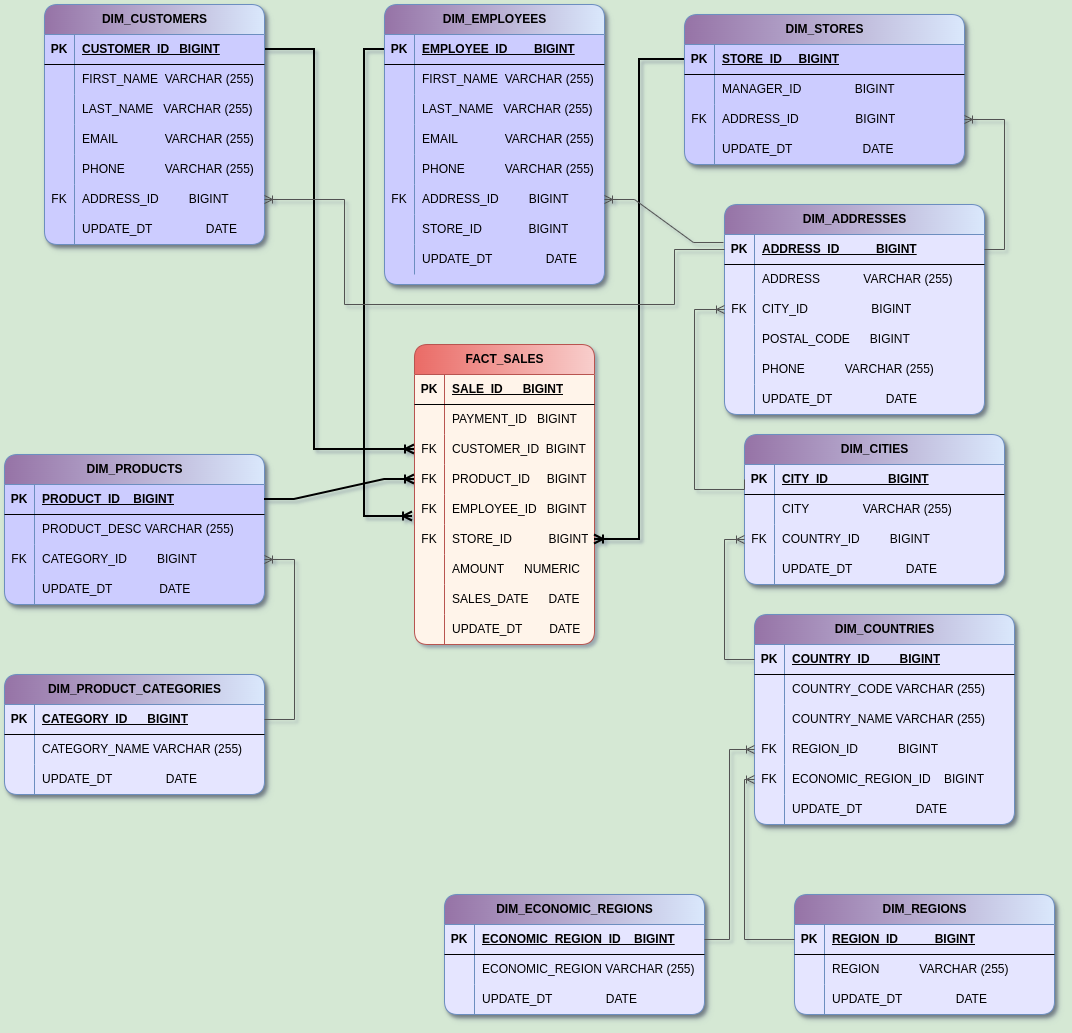
This is Task 2/DWH_Aliaksei_Papou_HW_Task2.1_Snowflake_Schema.png from Aliaksei-vp/Aliaksei_Papou_AU25, a draw.io export, as it was before one commit. Source tidied: cells renumbered, new cells last; positions are measured from the earlier drawing's top-left corner, leaving out a move shared by most shapes.
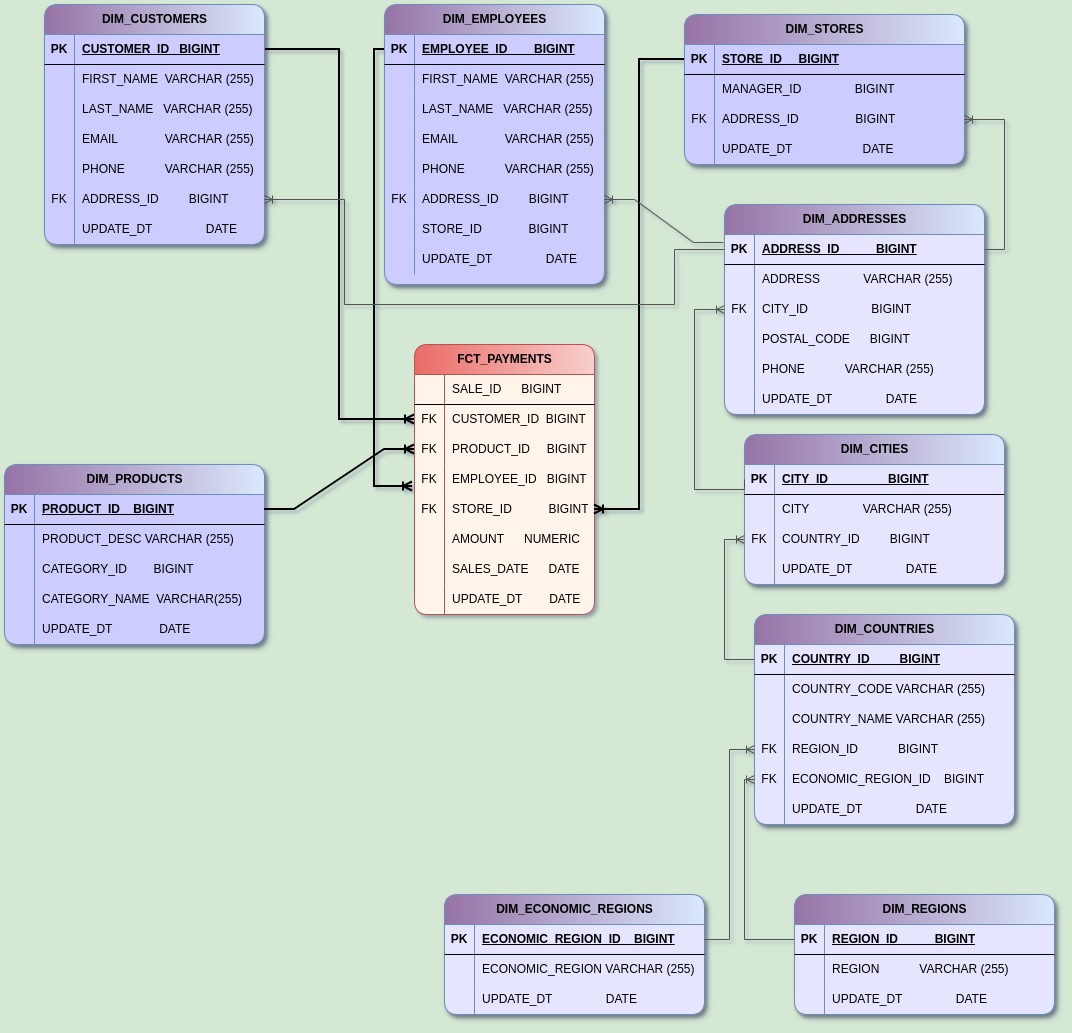
The same diagram one commit later.

Commit message:
DWH_Task_2 fixed

What changed in the source:
```diff
@@ -2,29 +2,20 @@
   <root>
     <mxCell id="0" />
     <mxCell id="1" parent="0" />
-    <mxCell id="2" value="FACT_SALES" style="shape=table;startSize=30;rowLines=0;fontStyle=1;align=center;html=1;fillColor=#f8cecc;strokeColor=#b85450;rounded=1;swimlaneFillColor=#FFF4EA;gradientColor=#EA6B66;gradientDirection=west;" parent="1" vertex="1">
-      <mxGeometry x="410" y="340" width="180" height="300" as="geometry" />
+    <mxCell id="2" value="FCT_PAYMENTS" style="shape=table;startSize=30;rowLines=0;fontStyle=1;align=center;html=1;fillColor=#f8cecc;strokeColor=#b85450;rounded=1;swimlaneFillColor=#FFF4EA;gradientColor=#EA6B66;gradientDirection=west;" parent="1" vertex="1">
+      <mxGeometry x="410" y="340" width="180" height="270" as="geometry" />
     </mxCell>
     <mxCell id="3" style="shape=tableRow;horizontal=0;startSize=0;swimlaneHead=0;swimlaneBody=0;fillColor=none;top=0;left=0;right=0;bottom=1;" parent="2" vertex="1">
       <mxGeometry y="30" width="180" height="30" as="geometry" />
     </mxCell>
-    <mxCell id="4" value="PK" style="shape=partialRectangle;fillColor=none;top=0;left=0;bottom=0;right=0;fontStyle=1;overflow=hidden;whiteSpace=wrap;html=1;" parent="3" vertex="1">
+    <mxCell id="4" style="shape=partialRectangle;fillColor=none;top=0;left=0;bottom=0;right=0;fontStyle=1;overflow=hidden;whiteSpace=wrap;html=1;" parent="3" vertex="1">
       <mxGeometry width="30" height="30" as="geometry" />
     </mxCell>
-    <mxCell id="5" value="SALE_ID&amp;nbsp; &amp;nbsp; &amp;nbsp; BIGINT" style="shape=partialRectangle;fillColor=none;top=0;left=0;bottom=0;right=0;align=left;spacingLeft=6;fontStyle=5;overflow=hidden;whiteSpace=wrap;html=1;" parent="3" vertex="1">
+    <mxCell id="5" value="SALE_ID&amp;nbsp; &amp;nbsp; &amp;nbsp; BIGINT" style="shape=partialRectangle;fillColor=none;top=0;left=0;bottom=0;right=0;align=left;spacingLeft=6;fontStyle=0;overflow=hidden;whiteSpace=wrap;html=1;" parent="3" vertex="1">
       <mxGeometry x="30" width="150" height="30" as="geometry" />
     </mxCell>
-    <mxCell id="6" style="shape=tableRow;horizontal=0;startSize=0;swimlaneHead=0;swimlaneBody=0;fillColor=none;top=0;left=0;right=0;bottom=0;" parent="2" vertex="1">
-      <mxGeometry y="60" width="180" height="30" as="geometry" />
-    </mxCell>
-    <mxCell id="7" style="shape=partialRectangle;fillColor=none;top=0;left=0;bottom=0;right=0;overflow=hidden;whiteSpace=wrap;html=1;" parent="6" vertex="1">
-      <mxGeometry width="30" height="30" as="geometry" />
-    </mxCell>
-    <mxCell id="8" value="PAYMENT_ID&amp;nbsp; &amp;nbsp;BIGINT" style="shape=partialRectangle;fillColor=none;top=0;left=0;bottom=0;right=0;align=left;spacingLeft=6;overflow=hidden;whiteSpace=wrap;html=1;" parent="6" vertex="1">
-      <mxGeometry x="30" width="150" height="30" as="geometry" />
-    </mxCell>
     <mxCell id="9" style="shape=tableRow;horizontal=0;startSize=0;swimlaneHead=0;swimlaneBody=0;fillColor=none;points=[[0,0.5],[1,0.5]];portConstraint=eastwest;top=0;left=0;right=0;bottom=0;" parent="2" vertex="1">
-      <mxGeometry y="90" width="180" height="30" as="geometry" />
+      <mxGeometry y="60" width="180" height="30" as="geometry" />
     </mxCell>
     <mxCell id="10" value="FK" style="shape=partialRectangle;fillColor=none;top=0;left=0;bottom=0;right=0;overflow=hidden;whiteSpace=wrap;html=1;" parent="9" vertex="1">
       <mxGeometry width="30" height="30" as="geometry" />
@@ -33,7 +24,7 @@
       <mxGeometry x="30" width="150" height="30" as="geometry" />
     </mxCell>
     <mxCell id="12" style="shape=tableRow;horizontal=0;startSize=0;swimlaneHead=0;swimlaneBody=0;fillColor=none;points=[[0,0.5],[1,0.5]];portConstraint=eastwest;top=0;left=0;right=0;bottom=0;" parent="2" vertex="1">
-      <mxGeometry y="120" width="180" height="30" as="geometry" />
+      <mxGeometry y="90" width="180" height="30" as="geometry" />
     </mxCell>
     <mxCell id="13" value="FK" style="shape=partialRectangle;fillColor=none;top=0;left=0;bottom=0;right=0;overflow=hidden;whiteSpace=wrap;html=1;" parent="12" vertex="1">
       <mxGeometry width="30" height="30" as="geometry" />
@@ -42,7 +33,7 @@
       <mxGeometry x="30" width="150" height="30" as="geometry" />
     </mxCell>
     <mxCell id="15" style="shape=tableRow;horizontal=0;startSize=0;swimlaneHead=0;swimlaneBody=0;fillColor=none;points=[[0,0.5],[1,0.5]];portConstraint=eastwest;top=0;left=0;right=0;bottom=0;" parent="2" vertex="1">
-      <mxGeometry y="150" width="180" height="30" as="geometry" />
+      <mxGeometry y="120" width="180" height="30" as="geometry" />
     </mxCell>
     <mxCell id="16" value="FK" style="shape=partialRectangle;fillColor=none;top=0;left=0;bottom=0;right=0;overflow=hidden;whiteSpace=wrap;html=1;" parent="15" vertex="1">
       <mxGeometry width="30" height="30" as="geometry" />
@@ -51,7 +42,7 @@
       <mxGeometry x="30" width="150" height="30" as="geometry" />
     </mxCell>
     <mxCell id="18" style="shape=tableRow;horizontal=0;startSize=0;swimlaneHead=0;swimlaneBody=0;fillColor=none;points=[[0,0.5],[1,0.5]];portConstraint=eastwest;top=0;left=0;right=0;bottom=0;" parent="2" vertex="1">
-      <mxGeometry y="180" width="180" height="30" as="geometry" />
+      <mxGeometry y="150" width="180" height="30" as="geometry" />
     </mxCell>
     <mxCell id="19" value="FK" style="shape=partialRectangle;fillColor=none;top=0;left=0;bottom=0;right=0;overflow=hidden;whiteSpace=wrap;html=1;" parent="18" vertex="1">
       <mxGeometry width="30" height="30" as="geometry" />
@@ -60,7 +51,7 @@
       <mxGeometry x="30" width="150" height="30" as="geometry" />
     </mxCell>
     <mxCell id="21" style="shape=tableRow;horizontal=0;startSize=0;swimlaneHead=0;swimlaneBody=0;fillColor=none;top=0;left=0;right=0;bottom=0;" parent="2" vertex="1">
-      <mxGeometry y="210" width="180" height="30" as="geometry" />
+      <mxGeometry y="180" width="180" height="30" as="geometry" />
     </mxCell>
     <mxCell id="22" style="shape=partialRectangle;fillColor=none;top=0;left=0;bottom=0;right=0;overflow=hidden;whiteSpace=wrap;html=1;" parent="21" vertex="1">
       <mxGeometry width="30" height="30" as="geometry" />
@@ -69,7 +60,7 @@
       <mxGeometry x="30" width="150" height="30" as="geometry" />
     </mxCell>
     <mxCell id="24" style="shape=tableRow;horizontal=0;startSize=0;swimlaneHead=0;swimlaneBody=0;fillColor=none;top=0;left=0;right=0;bottom=0;" parent="2" vertex="1">
-      <mxGeometry y="240" width="180" height="30" as="geometry" />
+      <mxGeometry y="210" width="180" height="30" as="geometry" />
     </mxCell>
     <mxCell id="25" style="shape=partialRectangle;fillColor=none;top=0;left=0;bottom=0;right=0;overflow=hidden;whiteSpace=wrap;html=1;" parent="24" vertex="1">
       <mxGeometry width="30" height="30" as="geometry" />
@@ -78,7 +69,7 @@
       <mxGeometry x="30" width="150" height="30" as="geometry" />
     </mxCell>
     <mxCell id="27" style="shape=tableRow;horizontal=0;startSize=0;swimlaneHead=0;swimlaneBody=0;fillColor=none;top=0;left=0;right=0;bottom=0;" parent="2" vertex="1">
-      <mxGeometry y="270" width="180" height="30" as="geometry" />
+      <mxGeometry y="240" width="180" height="30" as="geometry" />
     </mxCell>
     <mxCell id="28" style="shape=partialRectangle;fillColor=none;top=0;left=0;bottom=0;right=0;overflow=hidden;whiteSpace=wrap;html=1;" parent="27" vertex="1">
       <mxGeometry width="30" height="30" as="geometry" />
@@ -87,7 +78,7 @@
       <mxGeometry x="30" width="150" height="30" as="geometry" />
     </mxCell>
     <mxCell id="30" value="DIM_PRODUCTS" style="shape=table;startSize=30;rowLines=0;fontStyle=1;align=center;html=1;fillColor=#dae8fc;strokeColor=#6c8ebf;gradientDirection=west;gradientColor=light-dark(#9673A6,#EDEDED);swimlaneFillColor=light-dark(#CCCCFF,#012213);rounded=1;shadow=1;" parent="1" vertex="1">
-      <mxGeometry y="450" width="260" height="150" as="geometry" />
+      <mxGeometry y="460" width="260" height="180" as="geometry" />
     </mxCell>
     <mxCell id="31" style="shape=tableRow;horizontal=0;startSize=0;swimlaneHead=0;swimlaneBody=0;fillColor=none;points=[[0,0.5],[1,0.5]];portConstraint=eastwest;top=0;left=0;right=0;bottom=1;" parent="30" vertex="1">
       <mxGeometry y="30" width="260" height="30" as="geometry" />
@@ -110,10 +101,10 @@
     <mxCell id="37" style="shape=tableRow;horizontal=0;startSize=0;swimlaneHead=0;swimlaneBody=0;fillColor=none;points=[[0,0.5],[1,0.5]];portConstraint=eastwest;top=0;left=0;right=0;bottom=0;" parent="30" vertex="1">
       <mxGeometry y="90" width="260" height="30" as="geometry" />
     </mxCell>
-    <mxCell id="38" value="FK" style="shape=partialRectangle;fillColor=none;top=0;left=0;bottom=0;right=0;overflow=hidden;whiteSpace=wrap;html=1;" parent="37" vertex="1">
+    <mxCell id="38" style="shape=partialRectangle;fillColor=none;top=0;left=0;bottom=0;right=0;overflow=hidden;whiteSpace=wrap;html=1;" parent="37" vertex="1">
       <mxGeometry width="30" height="30" as="geometry" />
     </mxCell>
-    <mxCell id="39" value="CATEGORY_ID&amp;nbsp; &amp;nbsp; &amp;nbsp; &amp;nbsp; &amp;nbsp;BIGINT" style="shape=partialRectangle;fillColor=none;top=0;left=0;bottom=0;right=0;align=left;spacingLeft=6;overflow=hidden;whiteSpace=wrap;html=1;" parent="37" vertex="1">
+    <mxCell id="39" value="CATEGORY_ID&amp;nbsp; &amp;nbsp; &amp;nbsp; &amp;nbsp; BIGINT" style="shape=partialRectangle;fillColor=none;top=0;left=0;bottom=0;right=0;align=left;spacingLeft=6;overflow=hidden;whiteSpace=wrap;html=1;" parent="37" vertex="1">
       <mxGeometry x="30" width="230" height="30" as="geometry" />
     </mxCell>
     <mxCell id="40" style="shape=tableRow;horizontal=0;startSize=0;swimlaneHead=0;swimlaneBody=0;fillColor=none;top=0;left=0;right=0;bottom=0;" parent="30" vertex="1">
@@ -122,27 +113,26 @@
     <mxCell id="41" style="shape=partialRectangle;fillColor=none;top=0;left=0;bottom=0;right=0;overflow=hidden;whiteSpace=wrap;html=1;" parent="40" vertex="1">
       <mxGeometry width="30" height="30" as="geometry" />
     </mxCell>
-    <mxCell id="42" value="UPDATE_DT&amp;nbsp; &amp;nbsp; &amp;nbsp; &amp;nbsp; &amp;nbsp; &amp;nbsp; &amp;nbsp; DATE" style="shape=partialRectangle;fillColor=none;top=0;left=0;bottom=0;right=0;align=left;spacingLeft=6;overflow=hidden;whiteSpace=wrap;html=1;" parent="40" vertex="1">
+    <mxCell id="42" value="CATEGORY_NAME&amp;nbsp; VARCHAR(255)" style="shape=partialRectangle;fillColor=none;top=0;left=0;bottom=0;right=0;align=left;spacingLeft=6;overflow=hidden;whiteSpace=wrap;html=1;" parent="40" vertex="1">
       <mxGeometry x="30" width="230" height="30" as="geometry" />
     </mxCell>
+    <mxCell id="196" style="shape=tableRow;horizontal=0;startSize=0;swimlaneHead=0;swimlaneBody=0;fillColor=none;top=0;left=0;right=0;bottom=0;" parent="30" vertex="1">
+      <mxGeometry y="150" width="260" height="30" as="geometry" />
+    </mxCell>
+    <mxCell id="197" style="shape=partialRectangle;fillColor=none;top=0;left=0;bottom=0;right=0;overflow=hidden;whiteSpace=wrap;html=1;" parent="196" vertex="1">
+      <mxGeometry width="30" height="30" as="geometry" />
+    </mxCell>
+    <mxCell id="116" value="UPDATE_DT&amp;nbsp; &amp;nbsp; &amp;nbsp; &amp;nbsp; &amp;nbsp; &amp;nbsp; &amp;nbsp; DATE" style="shape=partialRectangle;fillColor=none;top=0;left=0;bottom=0;right=0;align=left;spacingLeft=6;overflow=hidden;whiteSpace=wrap;html=1;" parent="196" vertex="1">
+      <mxGeometry x="30" width="230" height="30" as="geometry" />
+    </mxCell>
     <mxCell id="43" style="edgeStyle=entityRelationEdgeStyle;fontSize=12;html=1;endArrow=ERoneToMany;rounded=0;exitX=1;exitY=0.5;exitDx=0;exitDy=0;entryX=0;entryY=0.5;entryDx=0;entryDy=0;strokeWidth=2;" parent="1" edge="1" source="31" target="12">
       <mxGeometry relative="1" as="geometry" />
     </mxCell>
-    <mxCell id="44" style="edgeStyle=orthogonalEdgeStyle;fontSize=12;html=1;endArrow=ERoneToMany;rounded=0;exitX=1;exitY=0.5;exitDx=0;exitDy=0;entryX=0;entryY=0.5;entryDx=0;entryDy=0;strokeWidth=2;" parent="1" edge="1" source="48" target="9">
-      <mxGeometry relative="1" as="geometry">
-        <Array as="points">
-          <mxPoint x="310" y="45" />
-          <mxPoint x="310" y="445" />
-        </Array>
-      </mxGeometry>
+    <mxCell id="44" style="fontSize=12;html=1;endArrow=ERoneToMany;rounded=0;exitX=1;exitY=0.5;exitDx=0;exitDy=0;entryX=0;entryY=0.5;entryDx=0;entryDy=0;strokeWidth=2;edgeStyle=orthogonalEdgeStyle;" parent="1" edge="1" source="48" target="9">
+      <mxGeometry relative="1" as="geometry" />
     </mxCell>
     <mxCell id="45" style="edgeStyle=orthogonalEdgeStyle;fontSize=12;html=1;endArrow=ERoneToMany;rounded=0;entryX=-0.011;entryY=0.733;entryDx=0;entryDy=0;exitX=0;exitY=0.5;exitDx=0;exitDy=0;entryPerimeter=0;shadow=0;strokeWidth=2;" parent="1" edge="1" source="70" target="15">
-      <mxGeometry relative="1" as="geometry">
-        <Array as="points">
-          <mxPoint x="360" y="45" />
-          <mxPoint x="360" y="512" />
-        </Array>
-      </mxGeometry>
+      <mxGeometry relative="1" as="geometry" />
     </mxCell>
     <mxCell id="46" style="edgeStyle=orthogonalEdgeStyle;fontSize=12;html=1;endArrow=ERoneToMany;rounded=0;exitX=0;exitY=0.5;exitDx=0;exitDy=0;entryX=1;entryY=0.5;entryDx=0;entryDy=0;strokeWidth=2;" parent="1" edge="1" source="95" target="18">
       <mxGeometry relative="1" as="geometry" />
@@ -327,36 +317,6 @@
     <mxCell id="106" value="UPDATE_DT&amp;nbsp; &amp;nbsp; &amp;nbsp; &amp;nbsp; &amp;nbsp; &amp;nbsp; &amp;nbsp; &amp;nbsp; &amp;nbsp; &amp;nbsp; &amp;nbsp;DATE" style="shape=partialRectangle;fillColor=none;top=0;left=0;bottom=0;right=0;align=left;spacingLeft=6;overflow=hidden;whiteSpace=wrap;html=1;" parent="104" vertex="1">
       <mxGeometry x="30" width="250" height="30" as="geometry" />
     </mxCell>
-    <mxCell id="107" value="DIM_PRODUCT_CATEGORIES" style="shape=table;startSize=30;rowLines=0;fontStyle=1;align=center;html=1;fillColor=#dae8fc;strokeColor=#6c8ebf;gradientDirection=west;gradientColor=light-dark(#9673A6,#EDEDED);swimlaneFillColor=light-dark(#E5E5FF,#012213);rounded=1;shadow=1;" parent="1" vertex="1">
-      <mxGeometry y="670" width="260" height="120" as="geometry" />
-    </mxCell>
-    <mxCell id="108" style="shape=tableRow;horizontal=0;startSize=0;swimlaneHead=0;swimlaneBody=0;fillColor=none;points=[[0,0.5],[1,0.5]];portConstraint=eastwest;top=0;left=0;right=0;bottom=1;" parent="107" vertex="1">
-      <mxGeometry y="30" width="260" height="30" as="geometry" />
-    </mxCell>
-    <mxCell id="109" value="PK" style="shape=partialRectangle;fillColor=none;top=0;left=0;bottom=0;right=0;fontStyle=1;overflow=hidden;whiteSpace=wrap;html=1;" parent="108" vertex="1">
-      <mxGeometry width="30" height="30" as="geometry" />
-    </mxCell>
-    <mxCell id="110" value="CATEGORY_ID&amp;nbsp; &amp;nbsp; &amp;nbsp; BIGINT" style="shape=partialRectangle;fillColor=none;top=0;left=0;bottom=0;right=0;align=left;spacingLeft=6;fontStyle=5;overflow=hidden;whiteSpace=wrap;html=1;" parent="108" vertex="1">
-      <mxGeometry x="30" width="230" height="30" as="geometry" />
-    </mxCell>
-    <mxCell id="111" style="shape=tableRow;horizontal=0;startSize=0;swimlaneHead=0;swimlaneBody=0;fillColor=none;top=0;left=0;right=0;bottom=0;" parent="107" vertex="1">
-      <mxGeometry y="60" width="260" height="30" as="geometry" />
-    </mxCell>
-    <mxCell id="112" style="shape=partialRectangle;fillColor=none;top=0;left=0;bottom=0;right=0;overflow=hidden;whiteSpace=wrap;html=1;" parent="111" vertex="1">
-      <mxGeometry width="30" height="30" as="geometry" />
-    </mxCell>
-    <mxCell id="113" value="CATEGORY_NAME VARCHAR (255)" style="shape=partialRectangle;fillColor=none;top=0;left=0;bottom=0;right=0;align=left;spacingLeft=6;overflow=hidden;whiteSpace=wrap;html=1;" parent="111" vertex="1">
-      <mxGeometry x="30" width="230" height="30" as="geometry" />
-    </mxCell>
-    <mxCell id="114" style="shape=tableRow;horizontal=0;startSize=0;swimlaneHead=0;swimlaneBody=0;fillColor=none;top=0;left=0;right=0;bottom=0;" parent="107" vertex="1">
-      <mxGeometry y="90" width="260" height="30" as="geometry" />
-    </mxCell>
-    <mxCell id="115" style="shape=partialRectangle;fillColor=none;top=0;left=0;bottom=0;right=0;overflow=hidden;whiteSpace=wrap;html=1;" parent="114" vertex="1">
-      <mxGeometry width="30" height="30" as="geometry" />
-    </mxCell>
-    <mxCell id="116" value="UPDATE_DT&amp;nbsp; &amp;nbsp; &amp;nbsp; &amp;nbsp; &amp;nbsp; &amp;nbsp; &amp;nbsp; &amp;nbsp; DATE" style="shape=partialRectangle;fillColor=none;top=0;left=0;bottom=0;right=0;align=left;spacingLeft=6;overflow=hidden;whiteSpace=wrap;html=1;" parent="114" vertex="1">
-      <mxGeometry x="30" width="230" height="30" as="geometry" />
-    </mxCell>
     <mxCell id="117" value="DIM_ADDRESSES" style="shape=table;startSize=30;rowLines=0;fontStyle=1;align=center;html=1;fillColor=#dae8fc;strokeColor=#6c8ebf;gradientDirection=west;gradientColor=light-dark(#9673A6,#EDEDED);swimlaneFillColor=light-dark(#E5E5FF,#012213);rounded=1;shadow=1;" parent="1" vertex="1">
       <mxGeometry x="720" y="200" width="260" height="210" as="geometry" />
     </mxCell>
@@ -613,13 +573,5 @@
     <mxCell id="194" style="edgeStyle=entityRelationEdgeStyle;fontSize=12;html=1;endArrow=ERoneToMany;rounded=0;entryX=1;entryY=0.5;entryDx=0;entryDy=0;exitX=-0.004;exitY=0.267;exitDx=0;exitDy=0;exitPerimeter=0;strokeColor=#525252;" parent="1" edge="1" source="118" target="85">
       <mxGeometry relative="1" as="geometry" />
     </mxCell>
-    <mxCell id="195" style="edgeStyle=orthogonalEdgeStyle;fontSize=12;html=1;endArrow=ERoneToMany;rounded=0;entryX=1;entryY=0.5;entryDx=0;entryDy=0;exitX=1;exitY=0.5;exitDx=0;exitDy=0;strokeColor=#525252;" parent="1" edge="1" source="108" target="37">
-      <mxGeometry relative="1" as="geometry">
-        <Array as="points">
-          <mxPoint x="290" y="715" />
-          <mxPoint x="290" y="555" />
-        </Array>
-      </mxGeometry>
-    </mxCell>
   </root>
 </mxGraphModel>
```
